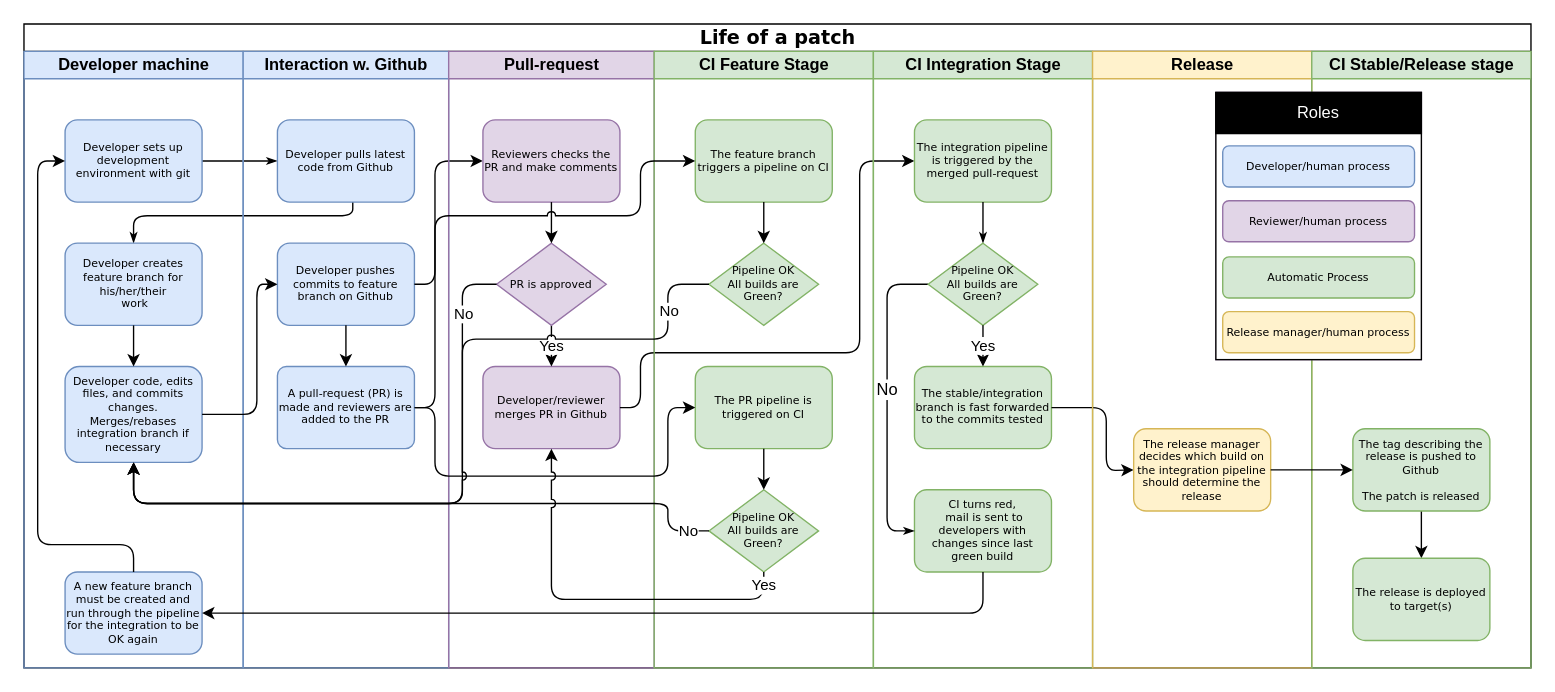
Above: Life of a patch with pull request.drawio in dvaske/life-of-a-patch (draw.io), before the change. Source tidied: cells renumbered, new cells numbered last; positions are measured from the earlier drawing's top-left corner, leaving out a move shared by most shapes. Both pictures are drawn from the tidied source at 137%, with x=0, y=0 at pixel (23, 23).
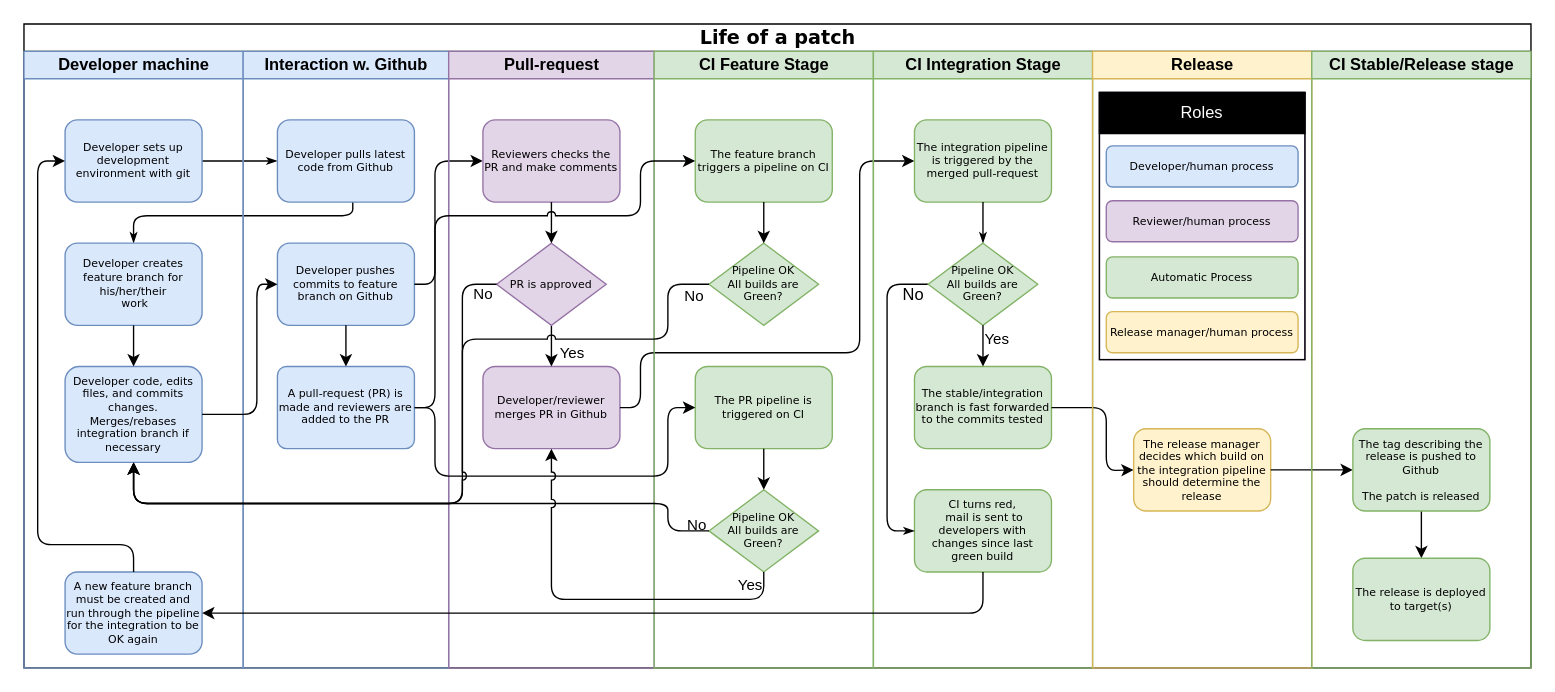
The same page after the edit.

The change refers to these unchanged cells:
```xml
<mxCell id="20" value="&lt;div&gt;Pull-request&lt;/div&gt;" style="swimlane;html=1;startSize=20;fillColor=#E1D5E7;strokeColor=#9673A6;" parent="2" vertex="1">
  <mxGeometry x="310" y="20" width="150" height="450" as="geometry" />
</mxCell>
<mxCell id="22" value="&lt;div&gt;Developer/reviewer merges PR in Github&lt;/div&gt;" style="rounded=1;whiteSpace=wrap;html=1;shadow=0;labelBackgroundColor=none;strokeColor=#9673A6;strokeWidth=1;fillColor=#E1D5E7;fontFamily=Verdana;fontSize=8;fontColor=#000000;align=center;" parent="20" vertex="1">
  <mxGeometry x="25" y="230" width="100" height="60" as="geometry" />
</mxCell>
<mxCell id="24" value="&lt;div&gt;PR is approved&lt;/div&gt;" style="rhombus;whiteSpace=wrap;html=1;rounded=0;shadow=0;labelBackgroundColor=none;strokeColor=#9673A6;strokeWidth=1;fillColor=#E1D5E7;fontFamily=Verdana;fontSize=8;fontColor=#000000;align=center;" parent="20" vertex="1">
  <mxGeometry x="35" y="140" width="80" height="60" as="geometry" />
</mxCell>
<mxCell id="30" value="Pipeline OK&lt;br&gt;All builds are Green?" style="rhombus;whiteSpace=wrap;html=1;rounded=0;shadow=0;labelBackgroundColor=none;strokeColor=#82b366;strokeWidth=1;fillColor=#d5e8d4;fontFamily=Verdana;fontSize=8;fontColor=#000000;align=center;" parent="28" vertex="1">
  <mxGeometry x="10" y="90" width="80" height="60" as="geometry" />
</mxCell>
<mxCell id="35" value="CI Integration Stage" style="swimlane;html=1;startSize=20;fillColor=#d5e8d4;strokeColor=#82b366;" parent="2" vertex="1">
  <mxGeometry x="620" y="20" width="160" height="450" as="geometry" />
</mxCell>
<mxCell id="39" style="edgeStyle=orthogonalEdgeStyle;rounded=1;html=1;labelBackgroundColor=none;startArrow=none;startFill=0;startSize=5;endArrow=classicThin;endFill=1;endSize=5;jettySize=auto;strokeColor=#000000;strokeWidth=1;fontFamily=Verdana;fontSize=8;fontColor=#000000;exitX=0;exitY=0.5;entryX=0;entryY=0.5;entryDx=0;entryDy=0;" parent="35" edge="1" source="41" target="37">
  <mxGeometry relative="1" as="geometry">
    <Array as="points">
      <mxPoint x="10" y="170" />
      <mxPoint x="10" y="350" />
    </Array>
  </mxGeometry>
</mxCell>
<mxCell id="41" value="Pipeline OK&lt;br&gt;All builds are Green?" style="rhombus;whiteSpace=wrap;html=1;rounded=0;shadow=0;labelBackgroundColor=none;strokeColor=#82b366;strokeWidth=1;fillColor=#d5e8d4;fontFamily=Verdana;fontSize=8;fontColor=#000000;align=center;" parent="35" vertex="1">
  <mxGeometry x="40" y="140" width="80" height="60" as="geometry" />
</mxCell>
<mxCell id="42" value="The stable/integration branch is fast forwarded to the commits tested" style="rounded=1;whiteSpace=wrap;html=1;shadow=0;labelBackgroundColor=none;strokeColor=#82b366;strokeWidth=1;fillColor=#d5e8d4;fontFamily=Verdana;fontSize=8;fontColor=#000000;align=center;" parent="35" vertex="1">
  <mxGeometry x="30" y="230" width="100" height="60" as="geometry" />
</mxCell>
<mxCell id="45" value="Release" style="swimlane;html=1;startSize=20;fillColor=#fff2cc;strokeColor=#d6b656;" parent="2" vertex="1">
  <mxGeometry x="780" y="20" width="160" height="450" as="geometry" />
</mxCell>
<mxCell id="58" style="endArrow=classic;html=1;exitX=0;exitY=0.5;entryX=0.5;entryY=1;" parent="2" edge="1" source="30" target="7">
  <mxGeometry relative="1" as="geometry">
    <Array as="points">
      <mxPoint x="470" y="370" />
      <mxPoint x="470" y="350" />
      <mxPoint x="320" y="350" />
      <mxPoint x="80" y="350" />
    </Array>
  </mxGeometry>
</mxCell>
<mxCell id="63" style="edgeStyle=none;rounded=1;jumpStyle=arc;jettySize=auto;html=1;exitX=0;exitY=0.5;exitDx=0;exitDy=0;entryX=0.5;entryY=1;entryDx=0;entryDy=0;" parent="2" edge="1" source="33" target="7">
  <mxGeometry relative="1" as="geometry">
    <Array as="points">
      <mxPoint x="470" y="190" />
      <mxPoint x="470" y="230" />
      <mxPoint x="320" y="230" />
      <mxPoint x="320" y="350" />
      <mxPoint x="80" y="350" />
    </Array>
  </mxGeometry>
</mxCell>
<mxCell id="65" style="edgeStyle=none;rounded=1;jettySize=auto;html=1;exitX=0;exitY=0.5;exitDx=0;exitDy=0;entryX=0.5;entryY=1;entryDx=0;entryDy=0;" parent="2" edge="1" source="24" target="7">
  <mxGeometry relative="1" as="geometry">
    <Array as="points">
      <mxPoint x="320" y="190" />
      <mxPoint x="320" y="350" />
      <mxPoint x="80" y="350" />
    </Array>
  </mxGeometry>
</mxCell>
```

What changed in the source:
```diff
@@
-<mxGraphModel background="#ffffff">
+<mxGraphModel>
@@
-    <mxCell id="2" value="&lt;font style=&quot;font-size: 14px&quot;&gt;Life of a patch&lt;/font&gt;" style="swimlane;html=1;startSize=20;rounded=0;shadow=0;labelBackgroundColor=none;strokeColor=#000000;strokeWidth=1;fillColor=#ffffff;fontFamily=Verdana;fontSize=8;fontColor=#000000;align=center;" parent="1" vertex="1">
+    <mxCell id="2" value="&lt;font style=&quot;font-size: 14px&quot;&gt;Life of a patch&lt;/font&gt;" style="swimlane;html=1;startSize=20;rounded=0;shadow=0;labelBackgroundColor=none;strokeColor=#000000;strokeWidth=1;fillColor=none;fontFamily=Verdana;fontSize=8;fontColor=#000000;align=center;" parent="1" vertex="1">
       <mxGeometry width="1100" height="470" as="geometry" />
     </mxCell>
@@
-    <mxCell id="23" value="Yes" style="edgeStyle=none;rounded=1;jumpStyle=arc;jettySize=auto;html=1;exitX=0.5;exitY=1;exitDx=0;exitDy=0;entryX=0.5;entryY=0;entryDx=0;entryDy=0;" parent="20" edge="1" source="24" target="22">
-      <mxGeometry relative="1" as="geometry" />
+    <mxCell id="23" value="Yes" style="edgeStyle=none;rounded=1;jumpStyle=arc;jettySize=auto;html=1;exitX=0.5;exitY=1;exitDx=0;exitDy=0;entryX=0.5;entryY=0;entryDx=0;entryDy=0;labelBackgroundColor=none;" parent="20" edge="1" source="24">
+      <mxGeometry x="0.33" y="15" relative="1" as="geometry">
+        <mxPoint x="75" y="230" as="targetPoint" />
+      </mxGeometry>
     </mxCell>
@@
-    <mxCell id="40" value="No" style="text;html=1;align=center;verticalAlign=middle;labelBackgroundColor=#ffffff;" parent="39" vertex="1">
-      <mxGeometry x="-0.08" y="-1" relative="1" as="geometry" />
+    <mxCell id="40" value="No" style="text;html=1;align=center;verticalAlign=middle;labelBackgroundColor=none;" parent="39" vertex="1">
+      <mxGeometry x="-0.08" y="-1" relative="1" as="geometry">
+        <mxPoint x="19" y="-69" as="offset" />
+      </mxGeometry>
     </mxCell>
@@
-    <mxCell id="43" value="Yes" style="endArrow=classic;html=1;entryX=0.5;entryY=0;exitX=0.5;exitY=1;" parent="35" edge="1" source="41" target="42">
-      <mxGeometry relative="1" as="geometry">
+    <mxCell id="43" value="Yes" style="endArrow=classic;html=1;entryX=0.5;entryY=0;exitX=0.5;exitY=1;labelBackgroundColor=none;" parent="35" edge="1" source="41" target="42">
+      <mxGeometry x="-0.33" y="10" relative="1" as="geometry">
         <Array as="points">
           <mxPoint x="80" y="220" />
         </Array>
       </mxGeometry>
     </mxCell>
@@
-    <mxCell id="47" value="CI Stable/Release stage" style="swimlane;html=1;startSize=20;fillColor=#d5e8d4;strokeColor=#82b366;" parent="2" vertex="1">
-      <mxGeometry x="940" y="20" width="160" height="450" as="geometry" />
-    </mxCell>
-    <mxCell id="48" style="edgeStyle=orthogonalEdgeStyle;rounded=0;jettySize=auto;html=1;" parent="47" edge="1" source="49" target="50">
-      <mxGeometry relative="1" as="geometry" />
-    </mxCell>
-    <mxCell id="49" value="The tag describing the release is pushed to Github&lt;br&gt;&lt;br&gt;The patch is released" style="rounded=1;whiteSpace=wrap;html=1;shadow=0;labelBackgroundColor=none;strokeColor=#82b366;strokeWidth=1;fillColor=#d5e8d4;fontFamily=Verdana;fontSize=8;fontColor=#000000;align=center;" parent="47" vertex="1">
-      <mxGeometry x="30" y="275.5" width="100" height="60" as="geometry" />
-    </mxCell>
-    <mxCell id="50" value="The release is deployed to target(s)" style="rounded=1;whiteSpace=wrap;html=1;shadow=0;labelBackgroundColor=none;strokeColor=#82b366;strokeWidth=1;fillColor=#d5e8d4;fontFamily=Verdana;fontSize=8;fontColor=#000000;align=center;" parent="47" vertex="1">
-      <mxGeometry x="30" y="370" width="100" height="60" as="geometry" />
-    </mxCell>
-    <mxCell id="51" style="group;fillColor=#e1d5e7;strokeColor=#9673A6;" parent="47" vertex="1">
-      <mxGeometry x="-70" y="30" width="150" height="195" as="geometry" />
+    <mxCell id="51" style="group;fillColor=none;strokeColor=#9673A6;" parent="45" vertex="1">
+      <mxGeometry x="5" y="30" width="150" height="195" as="geometry" />
     </mxCell>
-    <mxCell id="52" style="rounded=0;whiteSpace=wrap;html=1;" parent="51" vertex="1">
+    <mxCell id="52" style="rounded=0;whiteSpace=wrap;html=1;fillColor=none;" parent="51" vertex="1">
       <mxGeometry width="150" height="195" as="geometry" />
     </mxCell>
@@
-    <mxCell id="59" value="&lt;div&gt;No&lt;/div&gt;" style="edgeLabel;html=1;align=center;verticalAlign=middle;" parent="58" vertex="1">
-      <mxGeometry x="-0.93" y="-1" relative="1" as="geometry" />
+    <mxCell id="59" value="&lt;div&gt;No&lt;/div&gt;" style="edgeLabel;html=1;align=center;verticalAlign=middle;labelBackgroundColor=none;" parent="58" vertex="1">
+      <mxGeometry x="-0.93" y="-1" relative="1" as="geometry">
+        <mxPoint x="6" y="-4" as="offset" />
+      </mxGeometry>
     </mxCell>
@@
-    <mxCell id="62" value="Yes" style="edgeStyle=none;rounded=1;jumpStyle=arc;jettySize=auto;html=1;exitX=0.5;exitY=1;exitDx=0;exitDy=0;entryX=0.5;entryY=1;entryDx=0;entryDy=0;" parent="2" edge="1" source="30" target="22">
-      <mxGeometry x="-0.93" relative="1" as="geometry">
+    <mxCell id="62" value="Yes" style="edgeStyle=none;rounded=1;jumpStyle=arc;jettySize=auto;html=1;exitX=0.5;exitY=1;exitDx=0;exitDy=0;entryX=0.5;entryY=1;entryDx=0;entryDy=0;labelBackgroundColor=none;" parent="2" edge="1" source="30" target="22">
+      <mxGeometry x="-0.79" y="-10" relative="1" as="geometry">
         <Array as="points">
           <mxPoint x="540" y="420" />
           <mxPoint x="385" y="420" />
         </Array>
       </mxGeometry>
     </mxCell>
@@
-    <mxCell id="64" value="No" style="edgeLabel;html=1;align=center;verticalAlign=middle;" parent="63" vertex="1">
-      <mxGeometry x="-0.84" relative="1" as="geometry" />
+    <mxCell id="64" value="No" style="edgeLabel;html=1;align=center;verticalAlign=middle;labelBackgroundColor=none;" parent="63" vertex="1">
+      <mxGeometry x="-0.84" relative="1" as="geometry">
+        <mxPoint x="18" y="-11" as="offset" />
+      </mxGeometry>
     </mxCell>
@@
-    <mxCell id="66" value="&lt;div&gt;No&lt;/div&gt;" style="edgeLabel;html=1;align=center;verticalAlign=middle;" parent="65" vertex="1">
+    <mxCell id="66" value="&lt;div&gt;No&lt;/div&gt;" style="edgeLabel;html=1;align=center;verticalAlign=middle;labelBackgroundColor=none;" parent="65" vertex="1">
       <mxGeometry x="-0.62" relative="1" as="geometry">
-        <mxPoint y="-40" as="offset" />
+        <mxPoint x="14" y="-55" as="offset" />
       </mxGeometry>
     </mxCell>
@@
+    <mxCell id="47" value="CI Stable/Release stage" style="swimlane;html=1;startSize=20;fillColor=#d5e8d4;strokeColor=#82b366;" parent="2" vertex="1">
+      <mxGeometry x="940" y="20" width="160" height="450" as="geometry" />
+    </mxCell>
+    <mxCell id="48" style="edgeStyle=orthogonalEdgeStyle;rounded=0;jettySize=auto;html=1;" parent="47" edge="1" source="49" target="50">
+      <mxGeometry relative="1" as="geometry" />
+    </mxCell>
+    <mxCell id="49" value="The tag describing the release is pushed to Github&lt;br&gt;&lt;br&gt;The patch is released" style="rounded=1;whiteSpace=wrap;html=1;shadow=0;labelBackgroundColor=none;strokeColor=#82b366;strokeWidth=1;fillColor=#d5e8d4;fontFamily=Verdana;fontSize=8;fontColor=#000000;align=center;" parent="47" vertex="1">
+      <mxGeometry x="30" y="275.5" width="100" height="60" as="geometry" />
+    </mxCell>
+    <mxCell id="50" value="The release is deployed to target(s)" style="rounded=1;whiteSpace=wrap;html=1;shadow=0;labelBackgroundColor=none;strokeColor=#82b366;strokeWidth=1;fillColor=#d5e8d4;fontFamily=Verdana;fontSize=8;fontColor=#000000;align=center;" parent="47" vertex="1">
+      <mxGeometry x="30" y="370" width="100" height="60" as="geometry" />
+    </mxCell>
```
